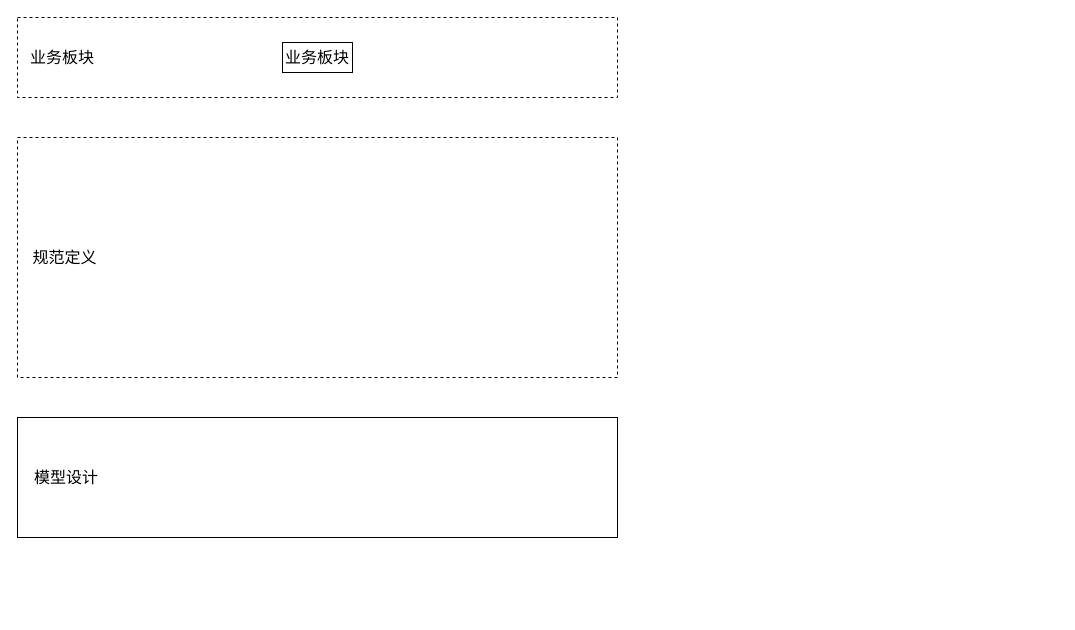
This is bigdata/数据仓库/drawio/数据仓库.drawio from 1553010490/static_step_technology_repository, a draw.io file, before an edit. Source tidied: cells renumbered, new cells numbered last; positions are measured from the earlier drawing's top-left corner, leaving out a move shared by most shapes. Both pictures are drawn from the tidied source at 100%, with x=0, y=0 at pixel (17, 17).
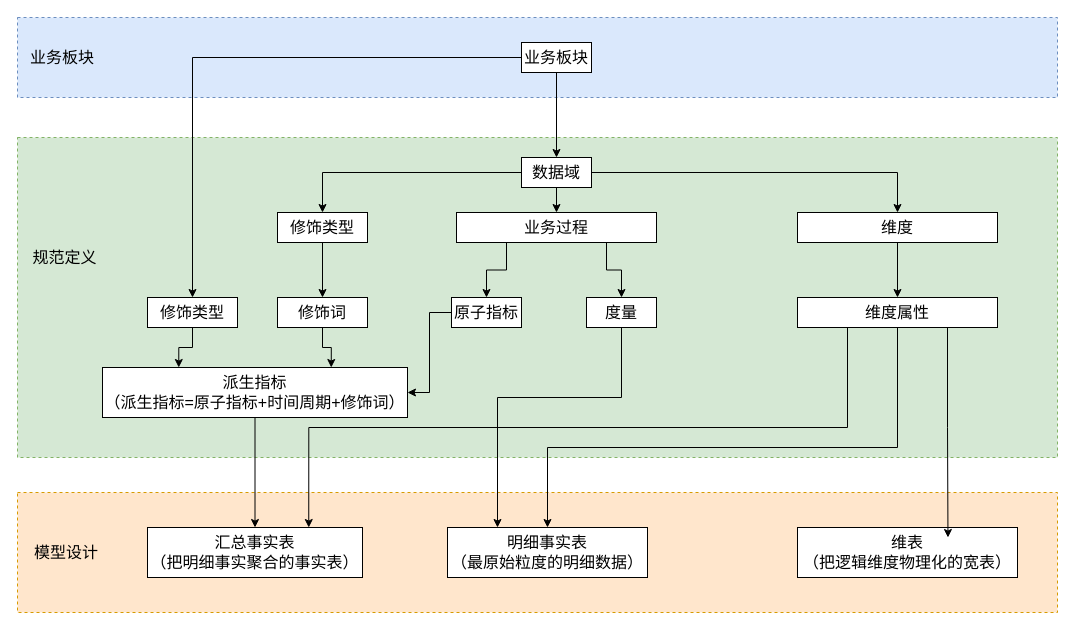
The same diagram, later.

Diff of the diagram source:
```diff
@@
+    <mxCell id="5" style="rounded=0;whiteSpace=wrap;html=1;dashed=1;fillColor=#d5e8d4;strokeColor=#82b366;" parent="1" vertex="1">
+      <mxGeometry y="120" width="1040" height="320" as="geometry" />
+    </mxCell>
-    <mxCell id="2" style="rounded=0;whiteSpace=wrap;html=1;dashed=1;" parent="1" vertex="1">
-      <mxGeometry width="600" height="80" as="geometry" />
+    <mxCell id="2" style="rounded=0;whiteSpace=wrap;html=1;dashed=1;fillColor=#dae8fc;strokeColor=#6c8ebf;" parent="1" vertex="1">
+      <mxGeometry width="1040" height="80" as="geometry" />
     </mxCell>
@@
+    <mxCell id="9" style="edgeStyle=orthogonalEdgeStyle;rounded=0;jettySize=auto;html=1;entryX=0.5;entryY=0;entryDx=0;entryDy=0;" parent="1" edge="1" source="4" target="32">
+      <mxGeometry relative="1" as="geometry" />
+    </mxCell>
+    <mxCell id="10" style="edgeStyle=orthogonalEdgeStyle;rounded=0;jettySize=auto;html=1;" parent="1" edge="1" source="4" target="14">
+      <mxGeometry relative="1" as="geometry" />
+    </mxCell>
     <mxCell id="4" value="&lt;font style=&quot;font-size: 16px;&quot;&gt;业务板块&lt;/font&gt;" style="rounded=0;whiteSpace=wrap;html=1;" parent="1" vertex="1">
-      <mxGeometry x="265" y="25" width="70" height="30" as="geometry" />
+      <mxGeometry x="504" y="25" width="70" height="30" as="geometry" />
     </mxCell>
-    <mxCell id="5" style="rounded=0;whiteSpace=wrap;html=1;dashed=1;" parent="1" vertex="1">
-      <mxGeometry y="120" width="600" height="240" as="geometry" />
-    </mxCell>
@@
-    <mxCell id="7" style="rounded=0;whiteSpace=wrap;html=1;" parent="1" vertex="1">
-      <mxGeometry y="400" width="600" height="120" as="geometry" />
+    <mxCell id="7" style="rounded=0;whiteSpace=wrap;html=1;dashed=1;fillColor=#ffe6cc;strokeColor=#d79b00;" parent="1" vertex="1">
+      <mxGeometry y="475" width="1040" height="120" as="geometry" />
     </mxCell>
     <mxCell id="8" value="&lt;font style=&quot;font-size: 16px;&quot;&gt;模型设计&lt;/font&gt;" style="text;html=1;align=center;verticalAlign=middle;whiteSpace=wrap;rounded=0;" parent="1" vertex="1">
-      <mxGeometry x="13" y="445" width="72" height="30" as="geometry" />
+      <mxGeometry x="13" y="520" width="72" height="30" as="geometry" />
     </mxCell>
+    <mxCell id="11" style="edgeStyle=orthogonalEdgeStyle;rounded=0;jettySize=auto;html=1;entryX=0.5;entryY=0;entryDx=0;entryDy=0;" parent="1" edge="1" source="14" target="30">
+      <mxGeometry relative="1" as="geometry" />
+    </mxCell>
+    <mxCell id="12" style="edgeStyle=orthogonalEdgeStyle;rounded=0;jettySize=auto;html=1;" parent="1" edge="1" source="14" target="25">
+      <mxGeometry relative="1" as="geometry" />
+    </mxCell>
+    <mxCell id="13" style="edgeStyle=orthogonalEdgeStyle;rounded=0;jettySize=auto;html=1;entryX=0.5;entryY=0;entryDx=0;entryDy=0;" parent="1" edge="1" source="14" target="17">
+      <mxGeometry relative="1" as="geometry" />
+    </mxCell>
+    <mxCell id="14" value="&lt;font style=&quot;font-size: 16px;&quot;&gt;数据域&lt;/font&gt;" style="rounded=0;whiteSpace=wrap;html=1;" parent="1" vertex="1">
+      <mxGeometry x="504" y="140" width="70" height="30" as="geometry" />
+    </mxCell>
+    <mxCell id="15" style="edgeStyle=orthogonalEdgeStyle;rounded=0;jettySize=auto;html=1;exitX=0.25;exitY=1;exitDx=0;exitDy=0;entryX=0.5;entryY=0;entryDx=0;entryDy=0;" parent="1" edge="1" source="17" target="21">
+      <mxGeometry relative="1" as="geometry" />
+    </mxCell>
+    <mxCell id="16" style="edgeStyle=orthogonalEdgeStyle;rounded=0;jettySize=auto;html=1;exitX=0.75;exitY=1;exitDx=0;exitDy=0;entryX=0.5;entryY=0;entryDx=0;entryDy=0;" parent="1" edge="1" source="17" target="19">
+      <mxGeometry relative="1" as="geometry" />
+    </mxCell>
+    <mxCell id="17" value="&lt;font style=&quot;font-size: 16px;&quot;&gt;业务过程&lt;/font&gt;" style="rounded=0;whiteSpace=wrap;html=1;" parent="1" vertex="1">
+      <mxGeometry x="439" y="195" width="200" height="30" as="geometry" />
+    </mxCell>
+    <mxCell id="18" style="edgeStyle=orthogonalEdgeStyle;rounded=0;jettySize=auto;html=1;entryX=0.25;entryY=0;entryDx=0;entryDy=0;" parent="1" edge="1" source="19" target="36">
+      <mxGeometry relative="1" as="geometry">
+        <Array as="points">
+          <mxPoint x="604" y="380" />
+          <mxPoint x="480" y="380" />
+        </Array>
+      </mxGeometry>
+    </mxCell>
+    <mxCell id="19" value="&lt;font style=&quot;font-size: 16px;&quot;&gt;度量&lt;/font&gt;" style="rounded=0;whiteSpace=wrap;html=1;" parent="1" vertex="1">
+      <mxGeometry x="569" y="280" width="70" height="30" as="geometry" />
+    </mxCell>
+    <mxCell id="20" style="edgeStyle=orthogonalEdgeStyle;rounded=0;jettySize=auto;html=1;entryX=1;entryY=0.5;entryDx=0;entryDy=0;" parent="1" edge="1" source="21" target="23">
+      <mxGeometry relative="1" as="geometry" />
+    </mxCell>
+    <mxCell id="21" value="&lt;font style=&quot;font-size: 16px;&quot;&gt;原子指标&lt;/font&gt;" style="rounded=0;whiteSpace=wrap;html=1;" parent="1" vertex="1">
+      <mxGeometry x="434" y="280" width="70" height="30" as="geometry" />
+    </mxCell>
+    <mxCell id="22" style="edgeStyle=orthogonalEdgeStyle;rounded=0;jettySize=auto;html=1;entryX=0.5;entryY=0;entryDx=0;entryDy=0;" parent="1" edge="1" source="23" target="35">
+      <mxGeometry relative="1" as="geometry" />
+    </mxCell>
+    <mxCell id="23" value="&lt;font style=&quot;font-size: 16px;&quot;&gt;派生指标&lt;/font&gt;&lt;div&gt;&lt;font style=&quot;font-size: 16px;&quot;&gt;（派生指标=原子指标+时间周期+修饰词）&lt;/font&gt;&lt;/div&gt;" style="rounded=0;whiteSpace=wrap;html=1;" parent="1" vertex="1">
+      <mxGeometry x="85" y="350" width="305" height="50" as="geometry" />
+    </mxCell>
+    <mxCell id="24" style="edgeStyle=orthogonalEdgeStyle;rounded=0;jettySize=auto;html=1;" parent="1" edge="1" source="25" target="28">
+      <mxGeometry relative="1" as="geometry" />
+    </mxCell>
+    <mxCell id="25" value="&lt;font style=&quot;font-size: 16px;&quot;&gt;维度&lt;/font&gt;" style="rounded=0;whiteSpace=wrap;html=1;" parent="1" vertex="1">
+      <mxGeometry x="780" y="195" width="200" height="30" as="geometry" />
+    </mxCell>
+    <mxCell id="26" style="edgeStyle=orthogonalEdgeStyle;rounded=0;jettySize=auto;html=1;exitX=0.25;exitY=1;exitDx=0;exitDy=0;entryX=0.75;entryY=0;entryDx=0;entryDy=0;" parent="1" edge="1" source="28" target="35">
+      <mxGeometry relative="1" as="geometry" />
+    </mxCell>
+    <mxCell id="27" style="edgeStyle=orthogonalEdgeStyle;rounded=0;jettySize=auto;html=1;entryX=0.5;entryY=0;entryDx=0;entryDy=0;" parent="1" edge="1" source="28" target="36">
+      <mxGeometry relative="1" as="geometry">
+        <Array as="points">
+          <mxPoint x="880" y="430" />
+          <mxPoint x="530" y="430" />
+        </Array>
+      </mxGeometry>
+    </mxCell>
+    <mxCell id="28" value="&lt;font style=&quot;font-size: 16px;&quot;&gt;维度属性&lt;/font&gt;" style="rounded=0;whiteSpace=wrap;html=1;" parent="1" vertex="1">
+      <mxGeometry x="780" y="280" width="200" height="30" as="geometry" />
+    </mxCell>
+    <mxCell id="29" style="edgeStyle=orthogonalEdgeStyle;rounded=0;jettySize=auto;html=1;" parent="1" edge="1" source="30" target="34">
+      <mxGeometry relative="1" as="geometry" />
+    </mxCell>
+    <mxCell id="30" value="&lt;font style=&quot;font-size: 16px;&quot;&gt;修饰类型&lt;/font&gt;" style="rounded=0;whiteSpace=wrap;html=1;" parent="1" vertex="1">
+      <mxGeometry x="260" y="195" width="90" height="30" as="geometry" />
+    </mxCell>
+    <mxCell id="31" style="edgeStyle=orthogonalEdgeStyle;rounded=0;jettySize=auto;html=1;entryX=0.25;entryY=0;entryDx=0;entryDy=0;" parent="1" edge="1" source="32" target="23">
+      <mxGeometry relative="1" as="geometry" />
+    </mxCell>
+    <mxCell id="32" value="&lt;font style=&quot;font-size: 16px;&quot;&gt;修饰类型&lt;/font&gt;" style="rounded=0;whiteSpace=wrap;html=1;" parent="1" vertex="1">
+      <mxGeometry x="130" y="280" width="90" height="30" as="geometry" />
+    </mxCell>
+    <mxCell id="33" style="edgeStyle=orthogonalEdgeStyle;rounded=0;jettySize=auto;html=1;entryX=0.75;entryY=0;entryDx=0;entryDy=0;" parent="1" edge="1" source="34" target="23">
+      <mxGeometry relative="1" as="geometry" />
+    </mxCell>
+    <mxCell id="34" value="&lt;font style=&quot;font-size: 16px;&quot;&gt;修饰词&lt;/font&gt;" style="rounded=0;whiteSpace=wrap;html=1;" parent="1" vertex="1">
+      <mxGeometry x="260" y="280" width="90" height="30" as="geometry" />
+    </mxCell>
+    <mxCell id="35" value="&lt;span style=&quot;font-size: 16px;&quot;&gt;汇总事实表&lt;/span&gt;&lt;br&gt;&lt;div&gt;&lt;font style=&quot;font-size: 16px;&quot;&gt;（把明细事实聚合的事实表）&lt;/font&gt;&lt;/div&gt;" style="rounded=0;whiteSpace=wrap;html=1;" parent="1" vertex="1">
+      <mxGeometry x="130" y="510" width="215" height="50" as="geometry" />
+    </mxCell>
+    <mxCell id="36" value="&lt;span style=&quot;font-size: 16px;&quot;&gt;明细事实表&lt;/span&gt;&lt;br&gt;&lt;div&gt;&lt;font style=&quot;font-size: 16px;&quot;&gt;（最原始粒度的明细数据）&lt;/font&gt;&lt;/div&gt;" style="rounded=0;whiteSpace=wrap;html=1;" parent="1" vertex="1">
+      <mxGeometry x="430" y="510" width="200" height="50" as="geometry" />
+    </mxCell>
+    <mxCell id="37" value="&lt;span style=&quot;font-size: 16px;&quot;&gt;维表&lt;/span&gt;&lt;br&gt;&lt;div&gt;&lt;font style=&quot;font-size: 16px;&quot;&gt;（把逻辑维度物理化的宽表）&lt;/font&gt;&lt;/div&gt;" style="rounded=0;whiteSpace=wrap;html=1;" parent="1" vertex="1">
+      <mxGeometry x="780" y="510" width="220" height="50" as="geometry" />
+    </mxCell>
+    <mxCell id="38" style="edgeStyle=orthogonalEdgeStyle;rounded=0;jettySize=auto;html=1;exitX=0.75;exitY=1;exitDx=0;exitDy=0;entryX=0.684;entryY=0.2;entryDx=0;entryDy=0;entryPerimeter=0;" parent="1" edge="1" source="28" target="37">
+      <mxGeometry relative="1" as="geometry" />
+    </mxCell>
```
